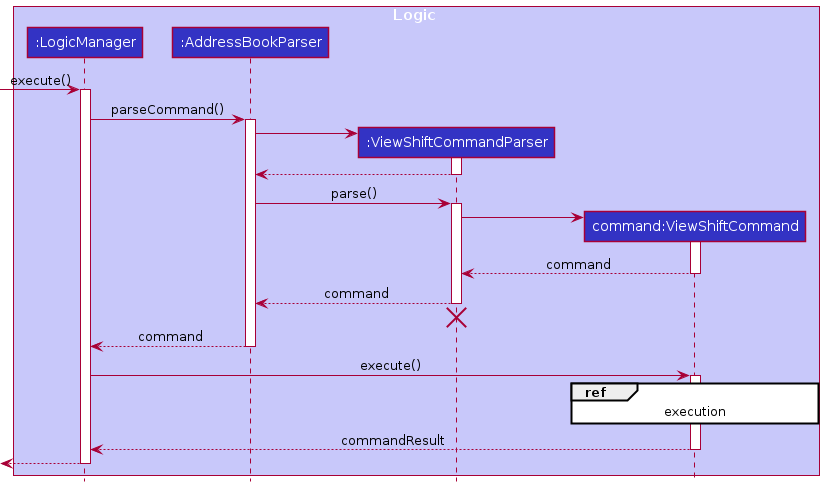
This is docs/images/viewShiftCommand/ViewShiftSequenceDiagram.png from nus-cs2103-AY2122S1/tp, a PlantUML export, as it was before one commit.
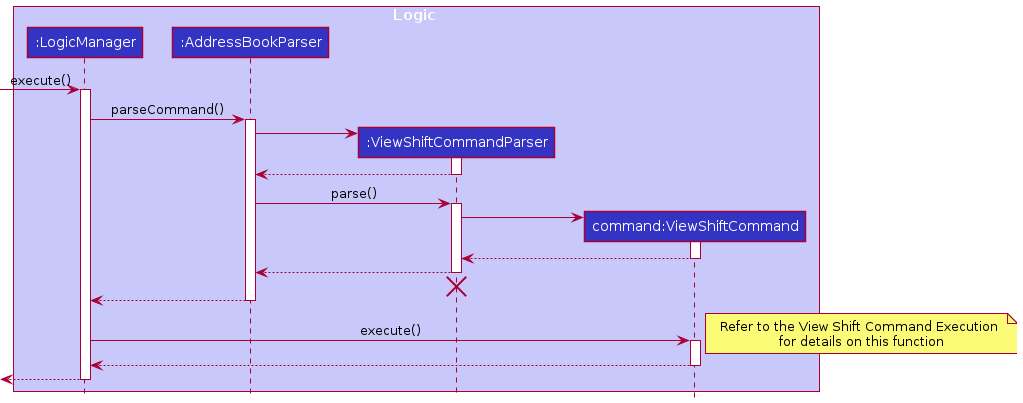
The same file after the commit.

Change to the diagram source:
```diff
@@ -31,26 +31,25 @@
 
 
 
-ViewShiftCommand --> ViewShiftCommandParser : command
+ViewShiftCommand --> ViewShiftCommandParser
 deactivate ViewShiftCommand
 
-ViewShiftCommandParser --> AddressBookParser : command
+ViewShiftCommandParser --> AddressBookParser
 deactivate ViewShiftCommandParser
 ViewShiftCommandParser -[hidden]-> AddressBookParser
 destroy ViewShiftCommandParser
 
-AddressBookParser --> LogicManager : command
+AddressBookParser --> LogicManager
 deactivate AddressBookParser
 
 LogicManager -> ViewShiftCommand : execute()
 
-ref over ViewShiftCommand : execution
+
 
 activate ViewShiftCommand
+note right  : Refer to the View Shift Command Execution \nfor details on this function
 
-
-
-ViewShiftCommand --> LogicManager : commandResult
+ViewShiftCommand --> LogicManager
 deactivate ViewShiftCommand
 
 [<--LogicManager
```
